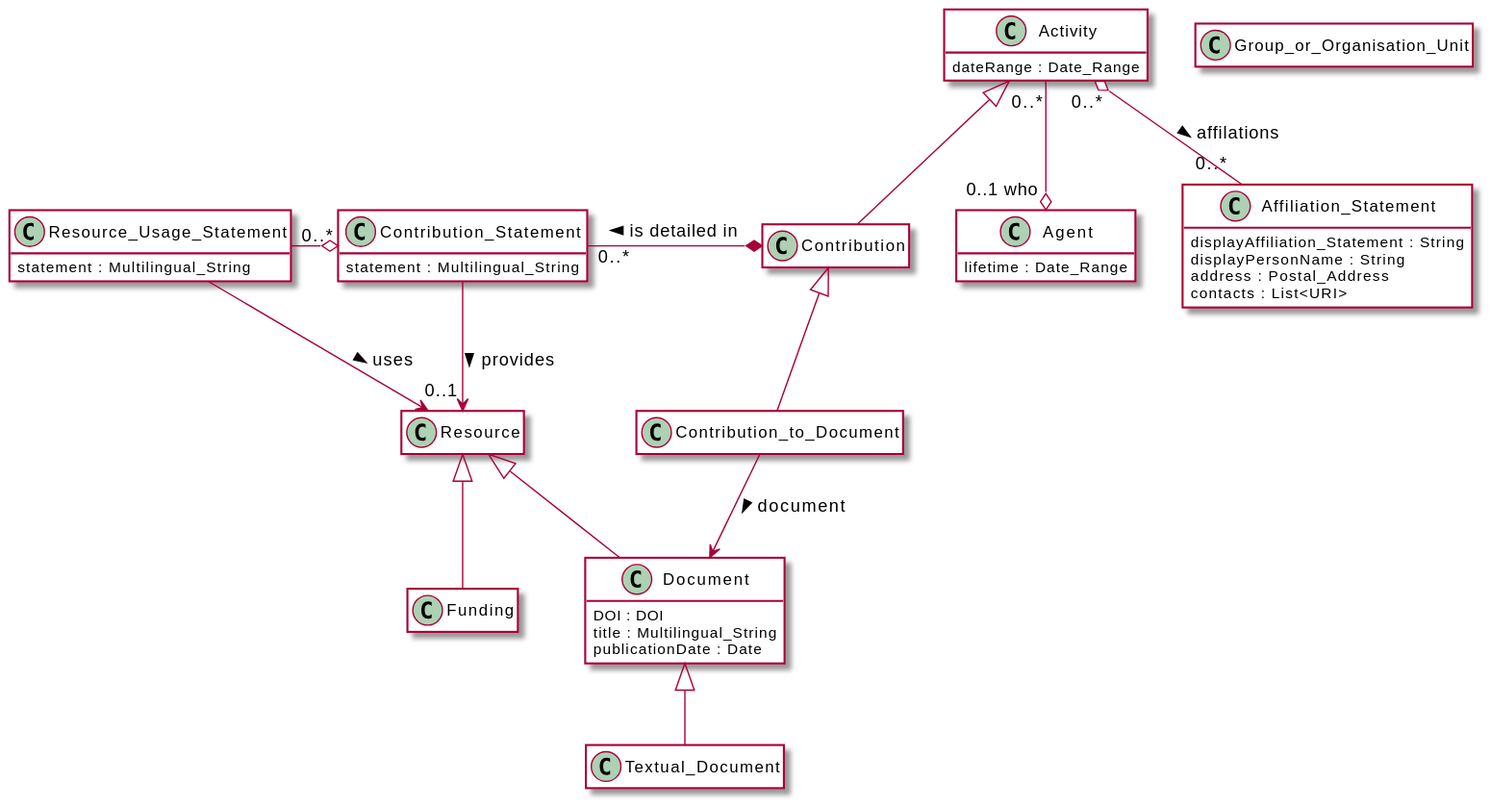
Above: diagrams/contributionToDocument.svg in EuroCRIS/CERIF-Core (PlantUML), before the change. The source it was exported from:
```plantuml
@startuml

    !includesub core.puml!common
    !includesub core.puml!Agent
    !includesub core.puml!Activity
    !includesub core.puml!Contribution
    !includesub core.puml!ContributionToDocument
    !includesub core.puml!AffiliationStatement
    !includesub core.puml!Document

@enduml
```
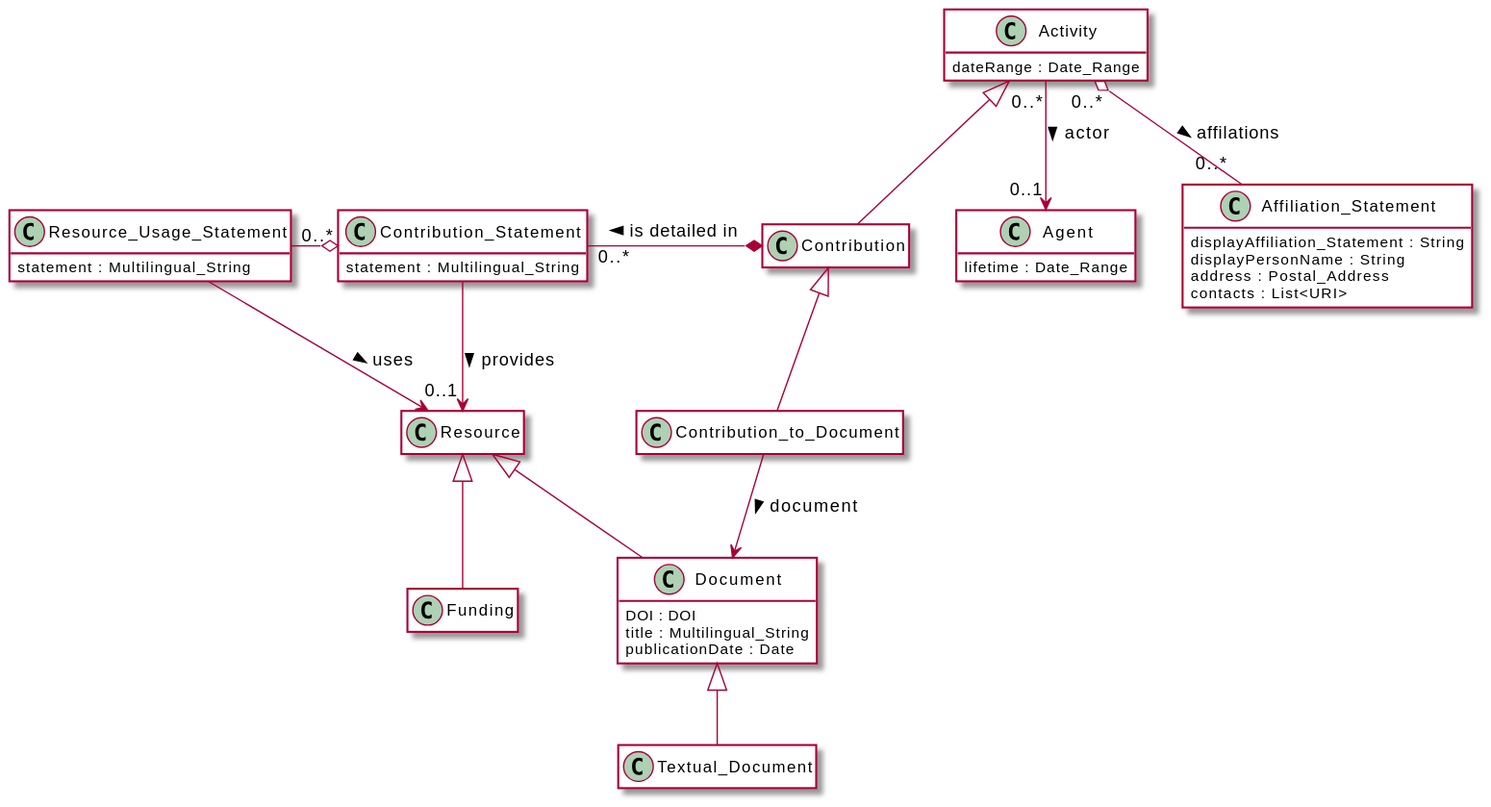
Later version of the same file.

Diff of the diagram source:
```diff
@@ -4,8 +4,14 @@
     !includesub core.puml!Agent
     !includesub core.puml!Activity
     !includesub core.puml!Contribution
-    !includesub core.puml!ContributionToDocument
-    !includesub core.puml!AffiliationStatement
+    !includesub core.puml!Contribution_to_Document
+    !includesub core.puml!Contribution_Statement
+    !includesub core.puml!Textual_Document
+    !includesub core.puml!Affiliation_Statement
     !includesub core.puml!Document
+    !includesub core.puml!Resource
+    !includesub core.puml!Document_isa_Resource
+    !includesub core.puml!Funding
+    !includesub core.puml!Resource_Usage_Statement
 
 @enduml
```
